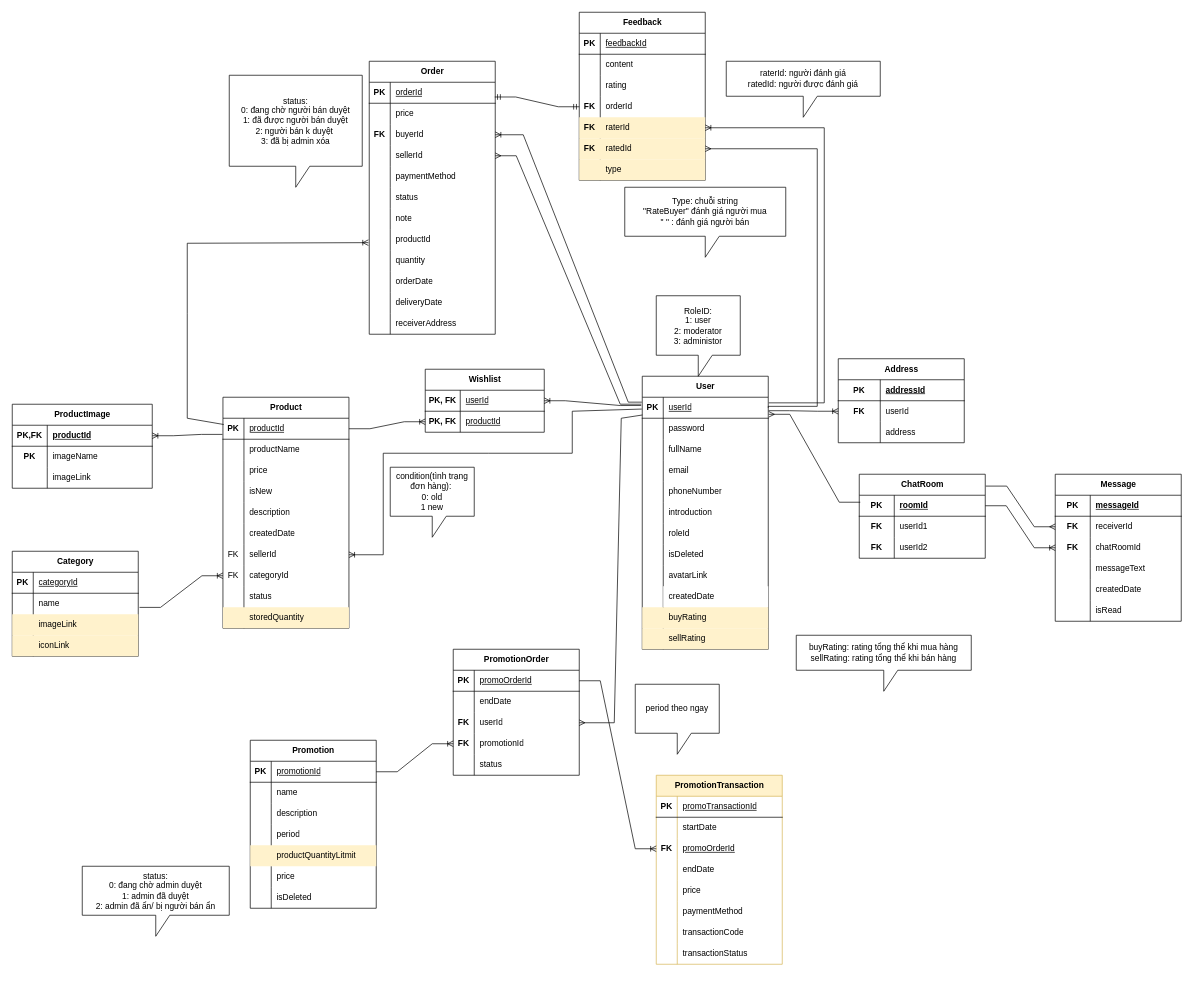
This is document/ERDPhysic.drawio from annguyenbinh03/FUFleamarket, a draw.io file, before an edit. Source tidied: cells renumbered, new cells numbered last; positions are measured from the earlier drawing's top-left corner, leaving out a move shared by most shapes. Both pictures are drawn from the tidied source at 70%, with x=0, y=0 at pixel (12, 12).
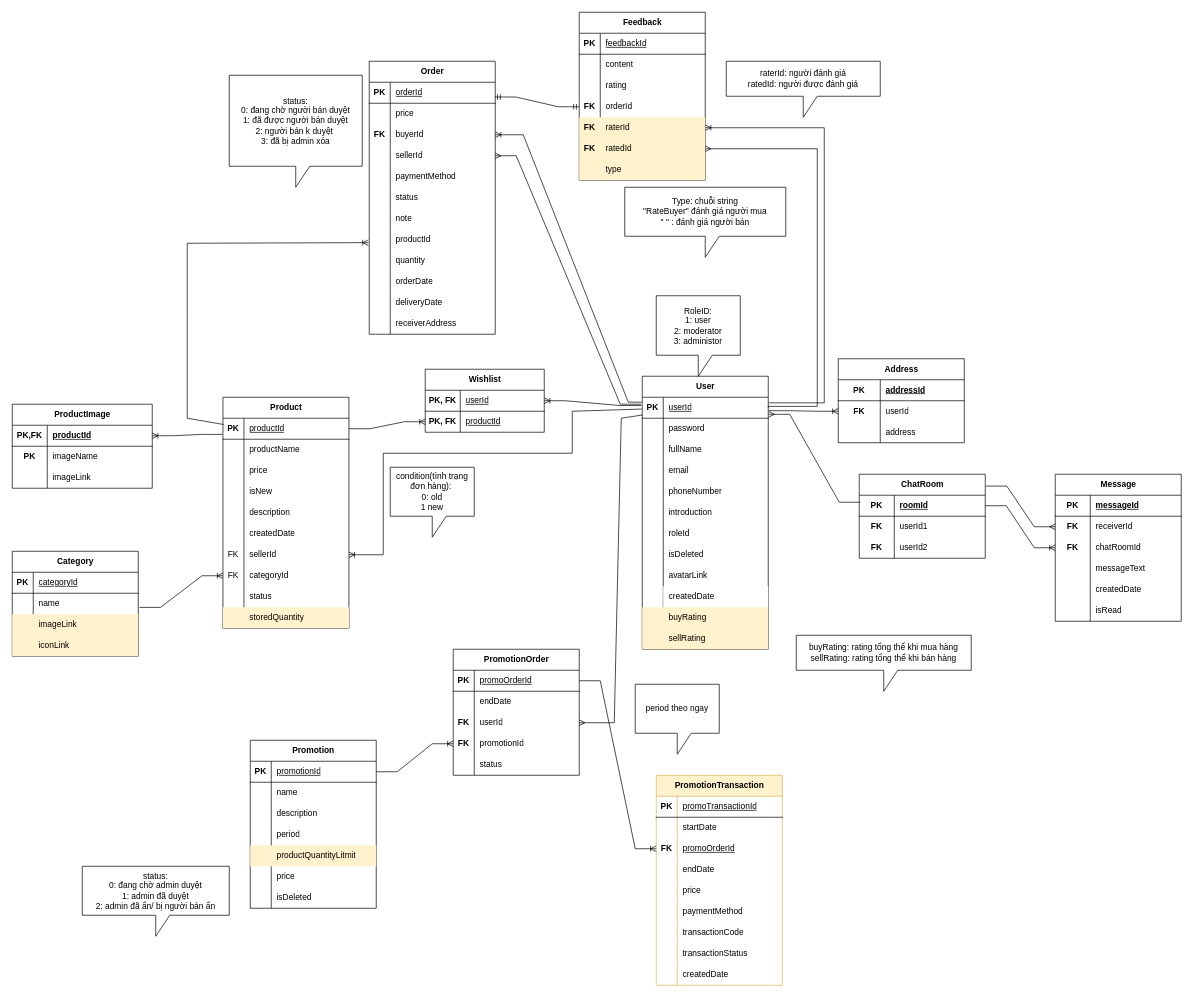
The same page after the edit.

The edit, as a diff of the source:
```diff
@@
     <mxCell id="261" value="PromotionTransaction" style="shape=table;startSize=30;childLayout=tableLayout;rowLines=0;fontStyle=1;align=center;html=1;fillColor=#fff2cc;strokeColor=#d6b656;" parent="1" vertex="1">
-      <mxGeometry x="920" y="1090" width="180" height="270" as="geometry" />
+      <mxGeometry x="920" y="1090" width="180" height="300" as="geometry" />
     </mxCell>
@@
+    <mxCell id="287" style="shape=tableRow;horizontal=0;startSize=0;swimlaneHead=0;swimlaneBody=0;fillColor=none;top=0;left=0;right=0;bottom=0;" parent="261" vertex="1">
+      <mxGeometry y="270" width="180" height="30" as="geometry" />
+    </mxCell>
+    <mxCell id="288" style="shape=partialRectangle;fillColor=none;top=0;left=0;bottom=0;right=0;overflow=hidden;whiteSpace=wrap;html=1;" parent="287" vertex="1">
+      <mxGeometry width="30" height="30" as="geometry" />
+    </mxCell>
+    <mxCell id="289" value="createdDate" style="shape=partialRectangle;fillColor=none;top=0;left=0;bottom=0;right=0;align=left;spacingLeft=6;overflow=hidden;whiteSpace=wrap;html=1;" parent="287" vertex="1">
+      <mxGeometry x="30" width="150" height="30" as="geometry" />
+    </mxCell>
```
